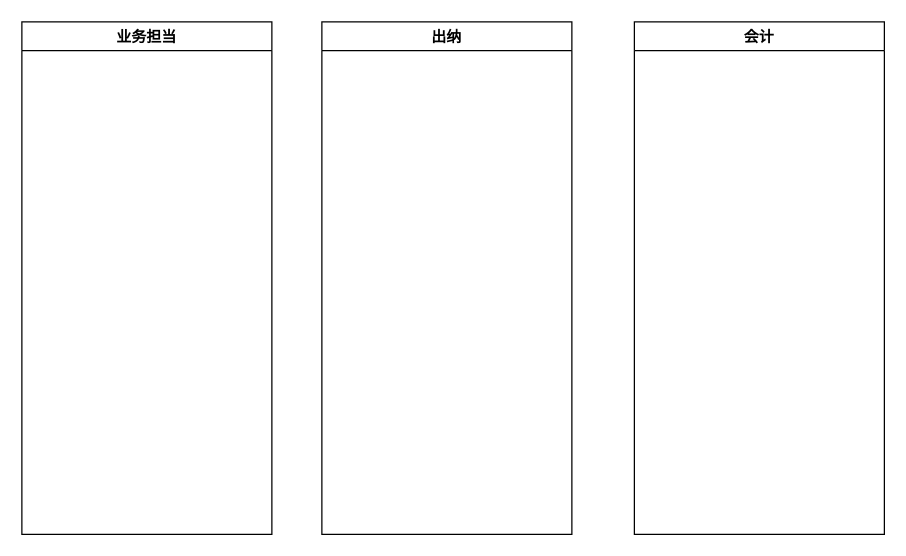
Above: page "付款-公司信用卡" (4 of 5) of payment.drawio in niltsh/drawing (draw.io), before the change. Source tidied: cells renumbered, new cells numbered last; positions are measured from the earlier drawing's top-left corner, leaving out a move shared by most shapes. Both pictures are drawn from the tidied source at 125%, with x=0, y=0 at pixel (21, 21).
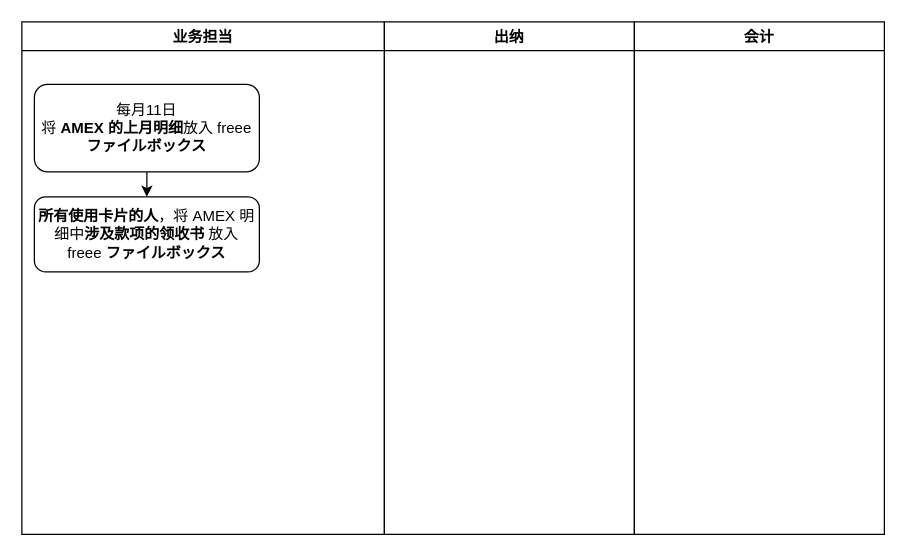
Above is the later version.

Commit message:
信用卡流程 payment.drawio

Change to the diagram source:
```diff
@@
 <mxGraphModel>
   <root>
     <mxCell id="0" />
     <mxCell id="1" parent="0" />
     <mxCell id="2" value="业务担当" style="swimlane;" parent="1" vertex="1">
-      <mxGeometry width="200" height="410" as="geometry" />
+      <mxGeometry width="290" height="410" as="geometry" />
     </mxCell>
+    <mxCell id="5" style="edgeStyle=orthogonalEdgeStyle;rounded=0;jettySize=auto;html=1;exitX=0.5;exitY=1;exitDx=0;exitDy=0;entryX=0.5;entryY=0;entryDx=0;entryDy=0;" parent="2" edge="1" source="6" target="7">
+      <mxGeometry relative="1" as="geometry" />
+    </mxCell>
+    <mxCell id="6" value="每月11日&lt;br&gt;将&lt;b&gt; AMEX 的上月明细&lt;/b&gt;放入 freee &lt;b&gt;ファイルボックス&lt;/b&gt;" style="rounded=1;whiteSpace=wrap;html=1;" parent="2" vertex="1">
+      <mxGeometry x="10" y="50" width="180" height="70" as="geometry" />
+    </mxCell>
+    <mxCell id="7" value="&lt;b&gt;所有使用卡片的人&lt;/b&gt;，将 AMEX 明细中&lt;b&gt;涉及款项的领收书&lt;/b&gt; 放入 freee &lt;b&gt;ファイルボックス&lt;/b&gt;" style="rounded=1;whiteSpace=wrap;html=1;" parent="2" vertex="1">
+      <mxGeometry x="10" y="140" width="180" height="60" as="geometry" />
+    </mxCell>
     <mxCell id="3" value="出纳" style="swimlane;" parent="1" vertex="1">
-      <mxGeometry x="240" width="200" height="410" as="geometry" />
+      <mxGeometry x="290" width="200" height="410" as="geometry" />
     </mxCell>
     <mxCell id="4" value="会计" style="swimlane;" parent="1" vertex="1">
       <mxGeometry x="490" width="200" height="410" as="geometry" />
     </mxCell>
   </root>
 </mxGraphModel>
```
